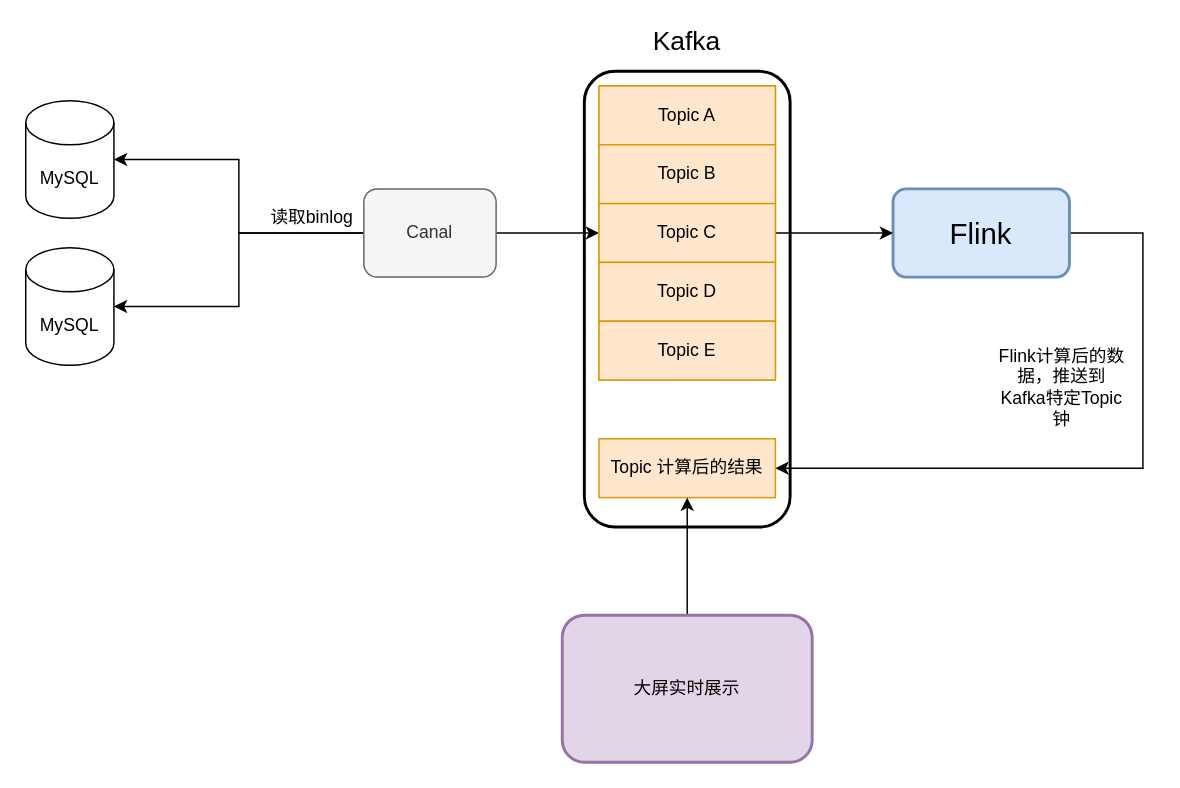
Before: pet_data_warehouse/Flink实时计算.drawio in fangzheng0518/draw, a draw.io diagram. Source tidied: cells renumbered, new cells numbered last; positions are measured from the earlier drawing's top-left corner, leaving out a move shared by most shapes. Both pictures are drawn from the tidied source at 147%, with x=0, y=0 at pixel (25, 26).
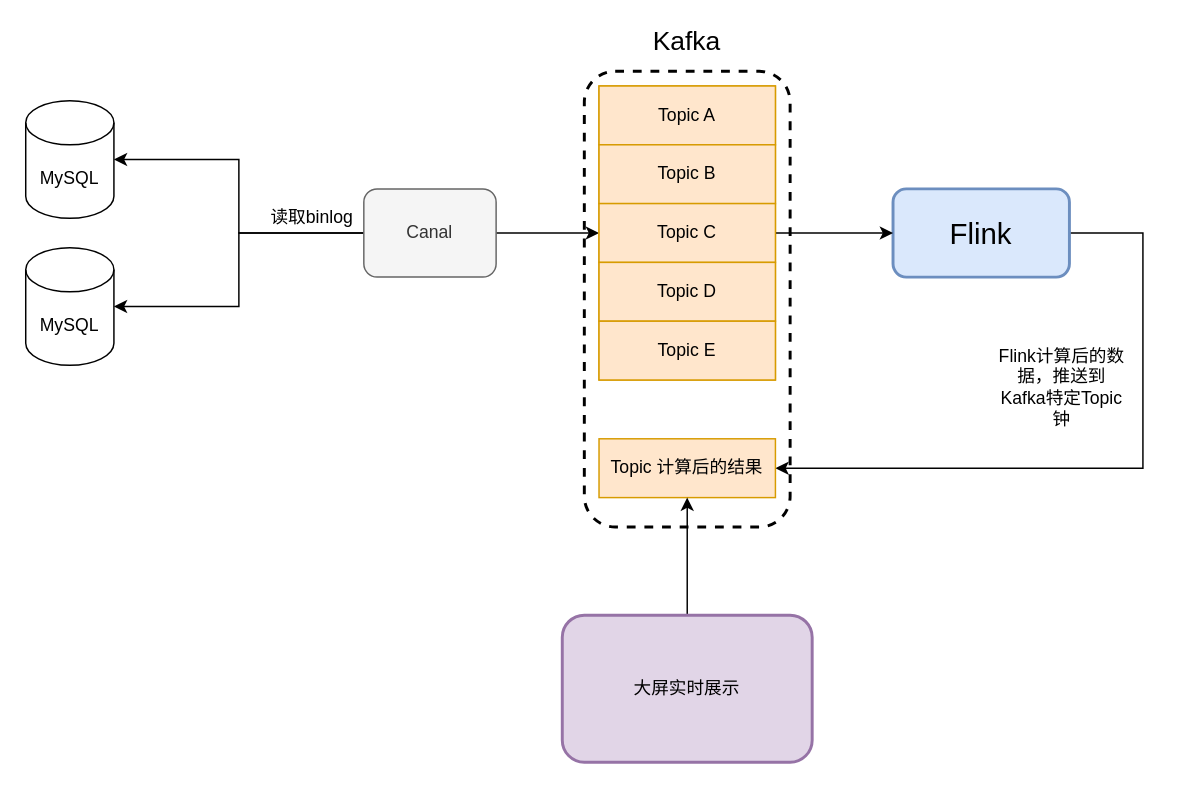
The same page after the edit.

Commit message:
更新Flink实时计算.drawio

Change to the diagram source:
```diff
@@
-    <mxCell id="2" style="rounded=1;whiteSpace=wrap;html=1;strokeWidth=2;" parent="1" vertex="1">
+    <mxCell id="2" style="rounded=1;whiteSpace=wrap;html=1;strokeWidth=2;fillColor=none;dashed=1;" parent="1" vertex="1">
       <mxGeometry x="380" y="30" width="140" height="310" as="geometry" />
     </mxCell>
```
